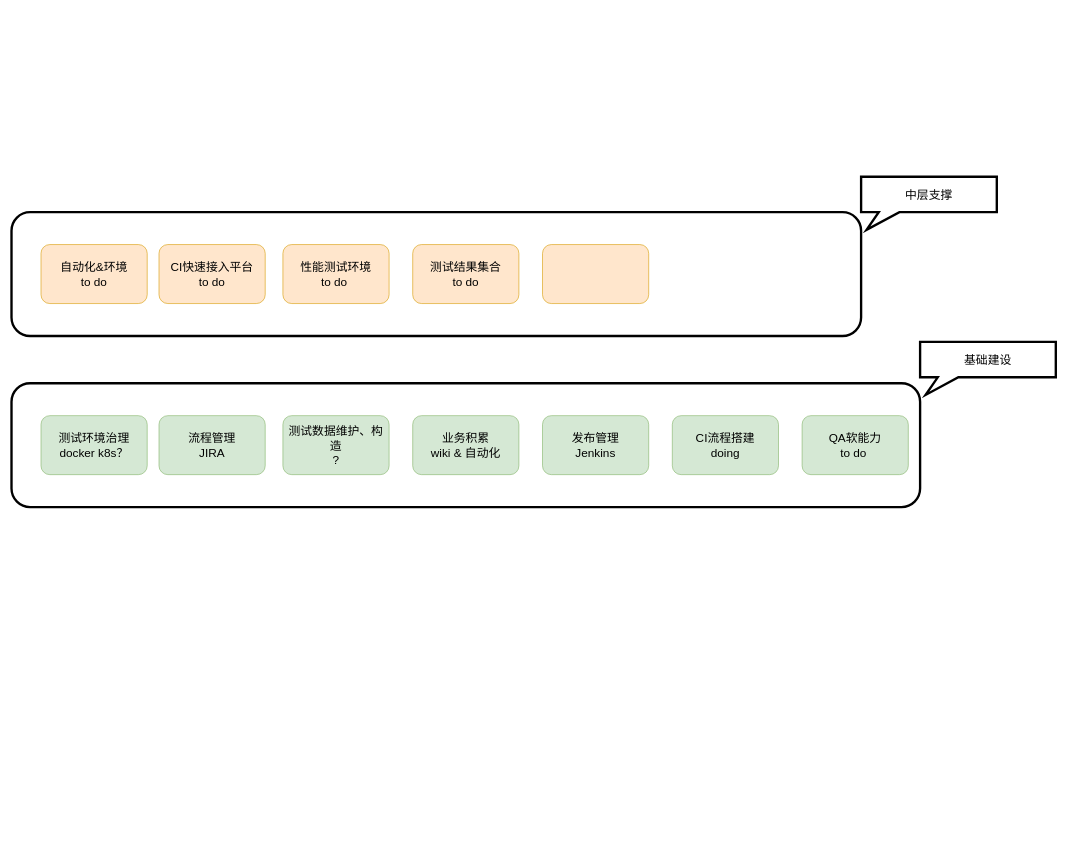
Above: AIQA搭建.drawio in AutoAllenWu/MyAuto (draw.io), before the change. Source tidied: cells renumbered, new cells numbered last; positions are measured from the earlier drawing's top-left corner, leaving out a move shared by most shapes. Both pictures are drawn from the tidied source at 59%, with x=0, y=0 at pixel (11, 176).
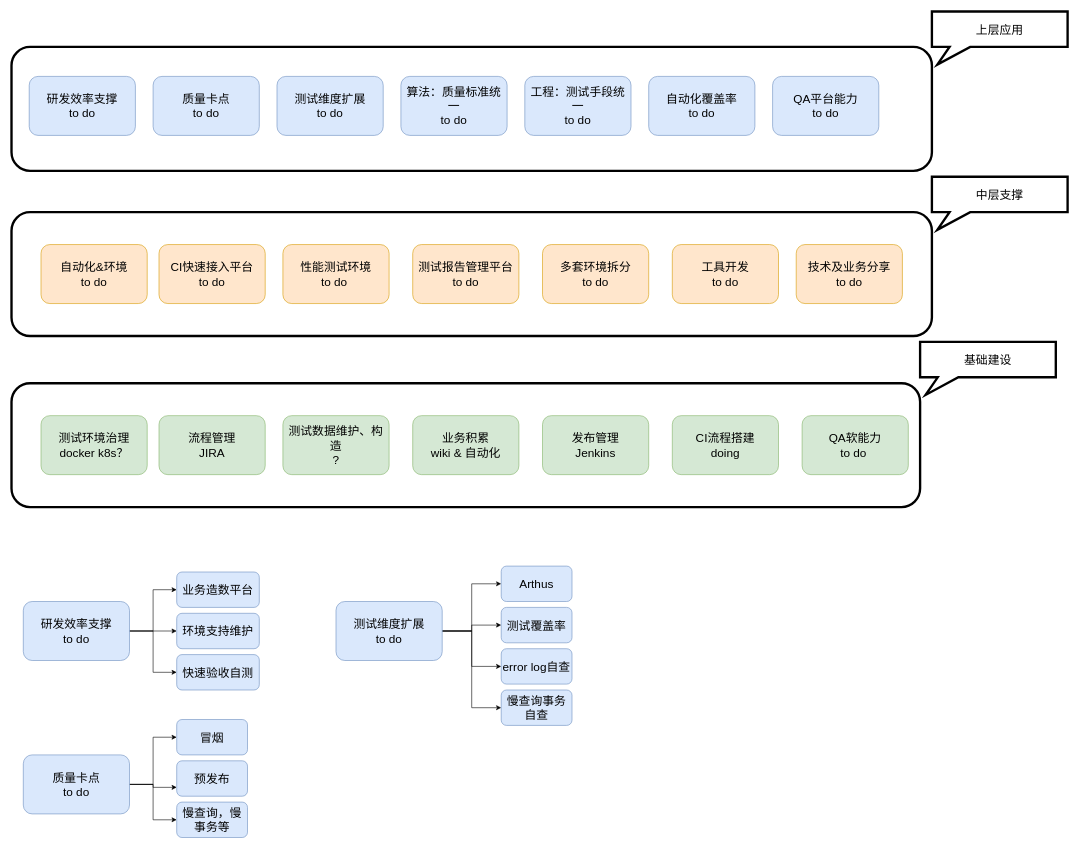
The same diagram, later.

What changed in the source:
```diff
@@
     <mxCell id="9" style="rounded=1;whiteSpace=wrap;html=1;strokeWidth=4;" parent="1" vertex="1">
-      <mxGeometry y="60" width="1440" height="210" as="geometry" />
+      <mxGeometry y="60" width="1560" height="210" as="geometry" />
     </mxCell>
     <mxCell id="10" value="中层支撑" style="shape=callout;whiteSpace=wrap;html=1;perimeter=calloutPerimeter;base=35;size=30;position=0.13;position2=0.04;fontSize=20;strokeWidth=4;" parent="1" vertex="1">
-      <mxGeometry x="1440" width="230" height="90" as="geometry" />
+      <mxGeometry x="1560" width="230" height="90" as="geometry" />
     </mxCell>
@@
-    <mxCell id="14" value="测试结果集合&lt;br&gt;to do" style="rounded=1;whiteSpace=wrap;html=1;fontSize=20;fillColor=#ffe6cc;strokeColor=#d79b00;" parent="1" vertex="1">
+    <mxCell id="14" value="测试报告管理平台&lt;br&gt;to do" style="rounded=1;whiteSpace=wrap;html=1;fontSize=20;fillColor=#ffe6cc;strokeColor=#d79b00;" parent="1" vertex="1">
       <mxGeometry x="680" y="115" width="180" height="100" as="geometry" />
     </mxCell>
-    <mxCell id="15" style="rounded=1;whiteSpace=wrap;html=1;fontSize=20;fillColor=#ffe6cc;strokeColor=#d79b00;" parent="1" vertex="1">
+    <mxCell id="15" value="&lt;div&gt;多套环境拆分&lt;/div&gt;&lt;div&gt;to do&lt;br&gt;&lt;/div&gt;" style="rounded=1;whiteSpace=wrap;html=1;fontSize=20;fillColor=#ffe6cc;strokeColor=#d79b00;" parent="1" vertex="1">
       <mxGeometry x="900" y="115" width="180" height="100" as="geometry" />
     </mxCell>
@@
+    <mxCell id="18" value="&lt;div&gt;工具开发&lt;br&gt;&lt;/div&gt;&lt;div&gt;to do&lt;br&gt;&lt;/div&gt;" style="rounded=1;whiteSpace=wrap;html=1;fontSize=20;fillColor=#ffe6cc;strokeColor=#d79b00;" parent="1" vertex="1">
+      <mxGeometry x="1120" y="115" width="180" height="100" as="geometry" />
+    </mxCell>
+    <mxCell id="19" style="rounded=1;whiteSpace=wrap;html=1;strokeWidth=4;" parent="1" vertex="1">
+      <mxGeometry y="-220" width="1560" height="210" as="geometry" />
+    </mxCell>
+    <mxCell id="20" value="上层应用" style="shape=callout;whiteSpace=wrap;html=1;perimeter=calloutPerimeter;base=35;size=30;position=0.13;position2=0.04;fontSize=20;strokeWidth=4;" parent="1" vertex="1">
+      <mxGeometry x="1560" y="-280" width="230" height="90" as="geometry" />
+    </mxCell>
+    <mxCell id="21" value="研发效率支撑&lt;br&gt;to do" style="rounded=1;whiteSpace=wrap;html=1;fontSize=20;fillColor=#dae8fc;strokeColor=#6c8ebf;" parent="1" vertex="1">
+      <mxGeometry x="30" y="-170" width="180" height="100" as="geometry" />
+    </mxCell>
+    <mxCell id="22" value="质量卡点&lt;br&gt;to do" style="rounded=1;whiteSpace=wrap;html=1;fontSize=20;fillColor=#dae8fc;strokeColor=#6c8ebf;" parent="1" vertex="1">
+      <mxGeometry x="240" y="-170" width="180" height="100" as="geometry" />
+    </mxCell>
+    <mxCell id="23" value="测试维度扩展&lt;br&gt;to do" style="rounded=1;whiteSpace=wrap;html=1;fontSize=20;fillColor=#dae8fc;strokeColor=#6c8ebf;" parent="1" vertex="1">
+      <mxGeometry x="450" y="-170" width="180" height="100" as="geometry" />
+    </mxCell>
+    <mxCell id="24" value="算法：质量标准统一&lt;br&gt;to do" style="rounded=1;whiteSpace=wrap;html=1;fontSize=20;fillColor=#dae8fc;strokeColor=#6c8ebf;" parent="1" vertex="1">
+      <mxGeometry x="660" y="-170" width="180" height="100" as="geometry" />
+    </mxCell>
+    <mxCell id="25" value="工程：测试手段统一&lt;br&gt;to do" style="rounded=1;whiteSpace=wrap;html=1;fontSize=20;fillColor=#dae8fc;strokeColor=#6c8ebf;" parent="1" vertex="1">
+      <mxGeometry x="870" y="-170" width="180" height="100" as="geometry" />
+    </mxCell>
+    <mxCell id="26" value="自动化覆盖率&lt;br&gt;to do" style="rounded=1;whiteSpace=wrap;html=1;fontSize=20;fillColor=#dae8fc;strokeColor=#6c8ebf;" parent="1" vertex="1">
+      <mxGeometry x="1080" y="-170" width="180" height="100" as="geometry" />
+    </mxCell>
+    <mxCell id="27" value="QA平台能力&lt;br&gt;to do" style="rounded=1;whiteSpace=wrap;html=1;fontSize=20;fillColor=#dae8fc;strokeColor=#6c8ebf;" parent="1" vertex="1">
+      <mxGeometry x="1290" y="-170" width="180" height="100" as="geometry" />
+    </mxCell>
+    <mxCell id="28" value="&lt;div&gt;技术及业务分享&lt;br&gt;&lt;/div&gt;&lt;div&gt;to do&lt;br&gt;&lt;/div&gt;" style="rounded=1;whiteSpace=wrap;html=1;fontSize=20;fillColor=#ffe6cc;strokeColor=#d79b00;" parent="1" vertex="1">
+      <mxGeometry x="1330" y="115" width="180" height="100" as="geometry" />
+    </mxCell>
+    <mxCell id="29" style="edgeStyle=orthogonalEdgeStyle;rounded=0;jettySize=auto;html=1;" parent="1" edge="1" source="32" target="33">
+      <mxGeometry relative="1" as="geometry" />
+    </mxCell>
+    <mxCell id="30" style="edgeStyle=orthogonalEdgeStyle;rounded=0;jettySize=auto;html=1;exitX=1;exitY=0.5;exitDx=0;exitDy=0;" parent="1" edge="1" source="32" target="34">
+      <mxGeometry relative="1" as="geometry" />
+    </mxCell>
+    <mxCell id="31" style="edgeStyle=orthogonalEdgeStyle;rounded=0;jettySize=auto;html=1;exitX=1;exitY=0.5;exitDx=0;exitDy=0;" parent="1" edge="1" source="32" target="35">
+      <mxGeometry relative="1" as="geometry" />
+    </mxCell>
+    <mxCell id="32" value="研发效率支撑&lt;br&gt;to do" style="rounded=1;whiteSpace=wrap;html=1;fontSize=20;fillColor=#dae8fc;strokeColor=#6c8ebf;" parent="1" vertex="1">
+      <mxGeometry x="20" y="720" width="180" height="100" as="geometry" />
+    </mxCell>
+    <mxCell id="33" value="业务造数平台" style="whiteSpace=wrap;html=1;rounded=1;fontSize=20;strokeColor=#6c8ebf;fillColor=#dae8fc;" parent="1" vertex="1">
+      <mxGeometry x="280" y="670" width="140" height="60" as="geometry" />
+    </mxCell>
+    <mxCell id="34" value="环境支持维护" style="whiteSpace=wrap;html=1;rounded=1;fontSize=20;strokeColor=#6c8ebf;fillColor=#dae8fc;" parent="1" vertex="1">
+      <mxGeometry x="280" y="740" width="140" height="60" as="geometry" />
+    </mxCell>
+    <mxCell id="35" value="快速验收自测" style="whiteSpace=wrap;html=1;rounded=1;fontSize=20;strokeColor=#6c8ebf;fillColor=#dae8fc;" parent="1" vertex="1">
+      <mxGeometry x="280" y="810" width="140" height="60" as="geometry" />
+    </mxCell>
+    <mxCell id="36" style="edgeStyle=orthogonalEdgeStyle;rounded=0;jettySize=auto;html=1;" parent="1" edge="1" source="39" target="40">
+      <mxGeometry relative="1" as="geometry" />
+    </mxCell>
+    <mxCell id="37" style="edgeStyle=orthogonalEdgeStyle;rounded=0;jettySize=auto;html=1;exitX=1;exitY=0.5;exitDx=0;exitDy=0;entryX=0;entryY=0.75;entryDx=0;entryDy=0;" parent="1" edge="1" source="39" target="41">
+      <mxGeometry relative="1" as="geometry" />
+    </mxCell>
+    <mxCell id="38" style="edgeStyle=orthogonalEdgeStyle;rounded=0;jettySize=auto;html=1;exitX=1;exitY=0.5;exitDx=0;exitDy=0;" parent="1" edge="1" source="39" target="42">
+      <mxGeometry relative="1" as="geometry" />
+    </mxCell>
+    <mxCell id="39" value="质量卡点&lt;br&gt;to do" style="rounded=1;whiteSpace=wrap;html=1;fontSize=20;fillColor=#dae8fc;strokeColor=#6c8ebf;" parent="1" vertex="1">
+      <mxGeometry x="20" y="980" width="180" height="100" as="geometry" />
+    </mxCell>
+    <mxCell id="40" value="&lt;div&gt;冒烟&lt;/div&gt;" style="whiteSpace=wrap;html=1;rounded=1;fontSize=20;strokeColor=#6c8ebf;fillColor=#dae8fc;" parent="1" vertex="1">
+      <mxGeometry x="280" y="920" width="120" height="60" as="geometry" />
+    </mxCell>
+    <mxCell id="41" value="&lt;div&gt;预发布&lt;br&gt;&lt;/div&gt;" style="whiteSpace=wrap;html=1;rounded=1;fontSize=20;strokeColor=#6c8ebf;fillColor=#dae8fc;" parent="1" vertex="1">
+      <mxGeometry x="280" y="990" width="120" height="60" as="geometry" />
+    </mxCell>
+    <mxCell id="42" value="慢查询，慢事务等" style="whiteSpace=wrap;html=1;rounded=1;fontSize=20;strokeColor=#6c8ebf;fillColor=#dae8fc;" parent="1" vertex="1">
+      <mxGeometry x="280" y="1060" width="120" height="60" as="geometry" />
+    </mxCell>
+    <mxCell id="43" style="edgeStyle=orthogonalEdgeStyle;rounded=0;jettySize=auto;html=1;" parent="1" edge="1" source="47" target="48">
+      <mxGeometry relative="1" as="geometry" />
+    </mxCell>
+    <mxCell id="44" style="edgeStyle=orthogonalEdgeStyle;rounded=0;jettySize=auto;html=1;exitX=1;exitY=0.5;exitDx=0;exitDy=0;entryX=0;entryY=0.5;entryDx=0;entryDy=0;" parent="1" edge="1" source="47" target="49">
+      <mxGeometry relative="1" as="geometry" />
+    </mxCell>
+    <mxCell id="45" style="edgeStyle=orthogonalEdgeStyle;rounded=0;jettySize=auto;html=1;exitX=1;exitY=0.5;exitDx=0;exitDy=0;entryX=0;entryY=0.5;entryDx=0;entryDy=0;" parent="1" edge="1" source="47" target="50">
+      <mxGeometry relative="1" as="geometry" />
+    </mxCell>
+    <mxCell id="46" style="edgeStyle=orthogonalEdgeStyle;rounded=0;jettySize=auto;html=1;exitX=1;exitY=0.5;exitDx=0;exitDy=0;entryX=0;entryY=0.5;entryDx=0;entryDy=0;" parent="1" edge="1" source="47" target="51">
+      <mxGeometry relative="1" as="geometry" />
+    </mxCell>
+    <mxCell id="47" value="测试维度扩展&lt;br&gt;to do" style="rounded=1;whiteSpace=wrap;html=1;fontSize=20;fillColor=#dae8fc;strokeColor=#6c8ebf;" parent="1" vertex="1">
+      <mxGeometry x="550" y="720" width="180" height="100" as="geometry" />
+    </mxCell>
+    <mxCell id="48" value="Arthus" style="whiteSpace=wrap;html=1;rounded=1;fontSize=20;strokeColor=#6c8ebf;fillColor=#dae8fc;" parent="1" vertex="1">
+      <mxGeometry x="830" y="660" width="120" height="60" as="geometry" />
+    </mxCell>
+    <mxCell id="49" value="测试覆盖率" style="whiteSpace=wrap;html=1;rounded=1;fontSize=20;strokeColor=#6c8ebf;fillColor=#dae8fc;" parent="1" vertex="1">
+      <mxGeometry x="830" y="730" width="120" height="60" as="geometry" />
+    </mxCell>
+    <mxCell id="50" value="error log自查" style="whiteSpace=wrap;html=1;rounded=1;fontSize=20;strokeColor=#6c8ebf;fillColor=#dae8fc;" parent="1" vertex="1">
+      <mxGeometry x="830" y="800" width="120" height="60" as="geometry" />
+    </mxCell>
+    <mxCell id="51" value="慢查询事务自查" style="whiteSpace=wrap;html=1;rounded=1;fontSize=20;strokeColor=#6c8ebf;fillColor=#dae8fc;" parent="1" vertex="1">
+      <mxGeometry x="830" y="870" width="120" height="60" as="geometry" />
+    </mxCell>
```
